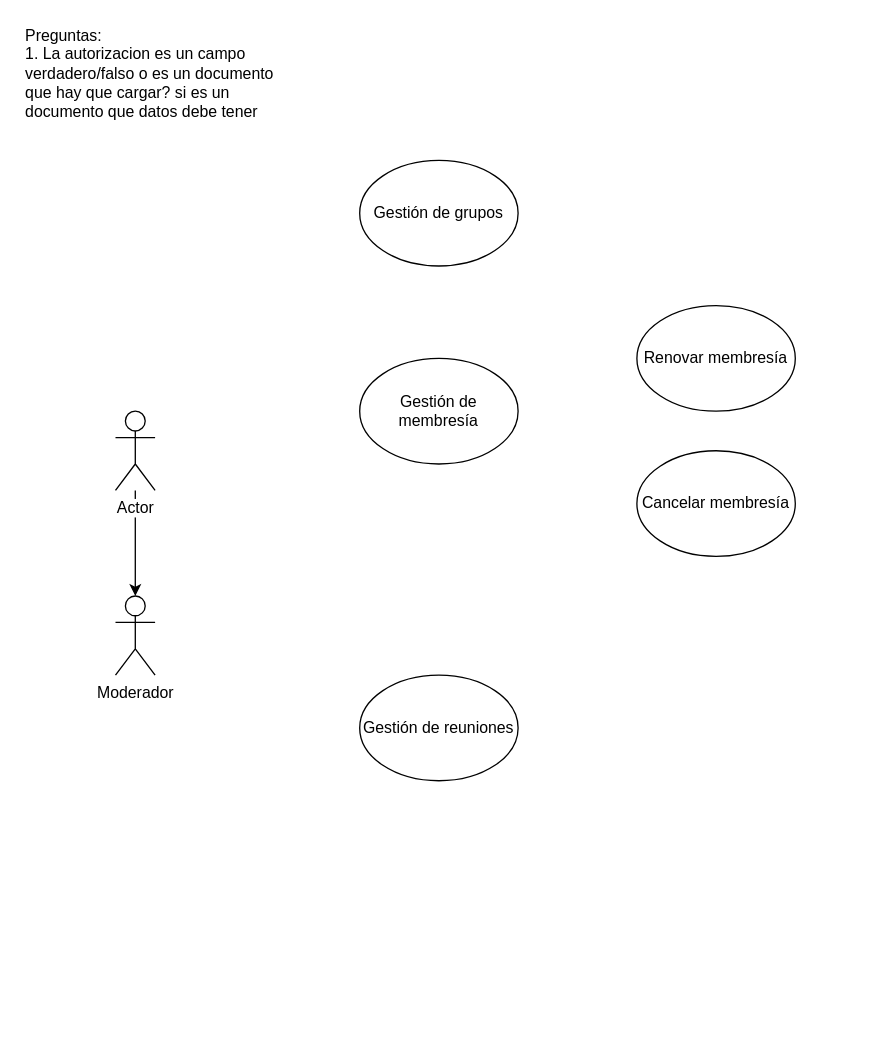
Above: RC UC.drawio in NeutronBlast/IS-Ex (draw.io), before the change. Source tidied: cells renumbered, new cells numbered last; positions are measured from the earlier drawing's top-left corner, leaving out a move shared by most shapes. Both pictures are drawn from the tidied source at 132%, with x=0, y=0 at pixel (22, 22).
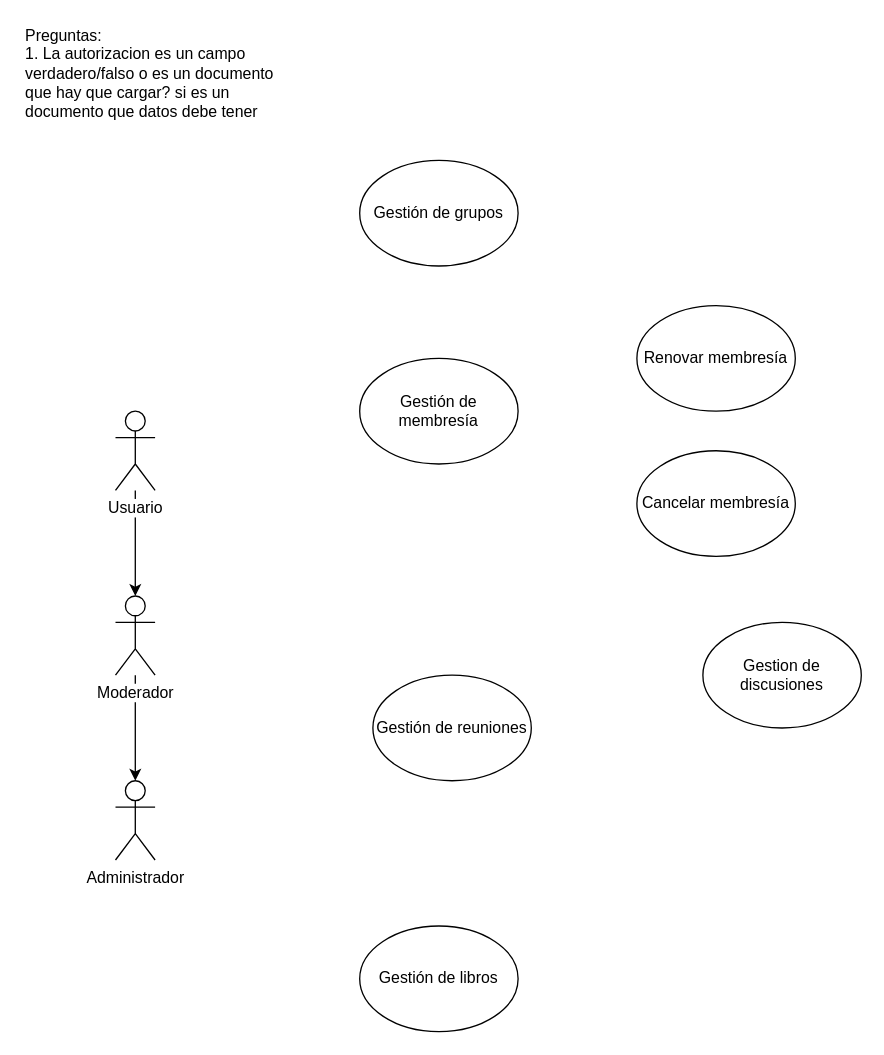
The same page after the edit.

Diff of the diagram source:
```diff
@@
 <mxGraphModel>
   <root>
     <mxCell id="0" />
     <mxCell id="1" parent="0" />
     <mxCell id="2" style="edgeStyle=orthogonalEdgeStyle;rounded=0;jettySize=auto;html=1;" parent="1" edge="1" source="3" target="4">
       <mxGeometry relative="1" as="geometry" />
     </mxCell>
-    <mxCell id="3" value="Actor" style="shape=umlActor;verticalLabelPosition=bottom;labelBackgroundColor=#ffffff;verticalAlign=top;html=1;outlineConnect=0;" parent="1" vertex="1">
+    <mxCell id="3" value="Usuario" style="shape=umlActor;verticalLabelPosition=bottom;labelBackgroundColor=#ffffff;verticalAlign=top;html=1;outlineConnect=0;" parent="1" vertex="1">
       <mxGeometry x="70" y="294" width="30" height="60" as="geometry" />
     </mxCell>
+    <mxCell id="11" style="edgeStyle=orthogonalEdgeStyle;rounded=0;jettySize=auto;html=1;" parent="1" edge="1" source="4" target="12">
+      <mxGeometry relative="1" as="geometry" />
+    </mxCell>
     <mxCell id="4" value="Moderador" style="shape=umlActor;verticalLabelPosition=bottom;labelBackgroundColor=#ffffff;verticalAlign=top;html=1;outlineConnect=0;" parent="1" vertex="1">
       <mxGeometry x="70" y="434" width="30" height="60" as="geometry" />
     </mxCell>
+    <mxCell id="12" value="Administrador" style="shape=umlActor;verticalLabelPosition=bottom;labelBackgroundColor=#ffffff;verticalAlign=top;html=1;outlineConnect=0;" parent="1" vertex="1">
+      <mxGeometry x="70" y="574" width="30" height="60" as="geometry" />
+    </mxCell>
     <mxCell id="5" value="Gestión de grupos" style="ellipse;whiteSpace=wrap;html=1;" parent="1" vertex="1">
       <mxGeometry x="255" y="104" width="120" height="80" as="geometry" />
     </mxCell>
     <mxCell id="6" value="Gestión de membresía" style="ellipse;whiteSpace=wrap;html=1;" parent="1" vertex="1">
       <mxGeometry x="255" y="254" width="120" height="80" as="geometry" />
     </mxCell>
     <mxCell id="7" value="Preguntas:&lt;br&gt;1. La autorizacion es un campo&amp;nbsp;&lt;br&gt;verdadero/falso o es un documento&lt;br&gt;que hay que cargar? si es un&lt;br&gt;documento que datos debe tener&lt;br&gt;" style="text;html=1;align=left;verticalAlign=top;spacingTop=-4;" parent="1" vertex="1">
       <mxGeometry width="200" height="70" as="geometry" />
     </mxCell>
     <mxCell id="8" value="Renovar membresía" style="ellipse;whiteSpace=wrap;html=1;" parent="1" vertex="1">
       <mxGeometry x="465" y="214" width="120" height="80" as="geometry" />
     </mxCell>
     <mxCell id="9" value="Cancelar membresía" style="ellipse;whiteSpace=wrap;html=1;" parent="1" vertex="1">
       <mxGeometry x="465" y="324" width="120" height="80" as="geometry" />
     </mxCell>
     <mxCell id="10" value="Gestión de reuniones" style="ellipse;whiteSpace=wrap;html=1;" parent="1" vertex="1">
-      <mxGeometry x="255" y="494" width="120" height="80" as="geometry" />
+      <mxGeometry x="265" y="494" width="120" height="80" as="geometry" />
     </mxCell>
+    <mxCell id="13" value="Gestión de libros" style="ellipse;whiteSpace=wrap;html=1;" parent="1" vertex="1">
+      <mxGeometry x="255" y="684" width="120" height="80" as="geometry" />
+    </mxCell>
+    <mxCell id="14" value="Gestion de discusiones" style="ellipse;whiteSpace=wrap;html=1;" parent="1" vertex="1">
+      <mxGeometry x="515" y="454" width="120" height="80" as="geometry" />
+    </mxCell>
   </root>
 </mxGraphModel>
```
